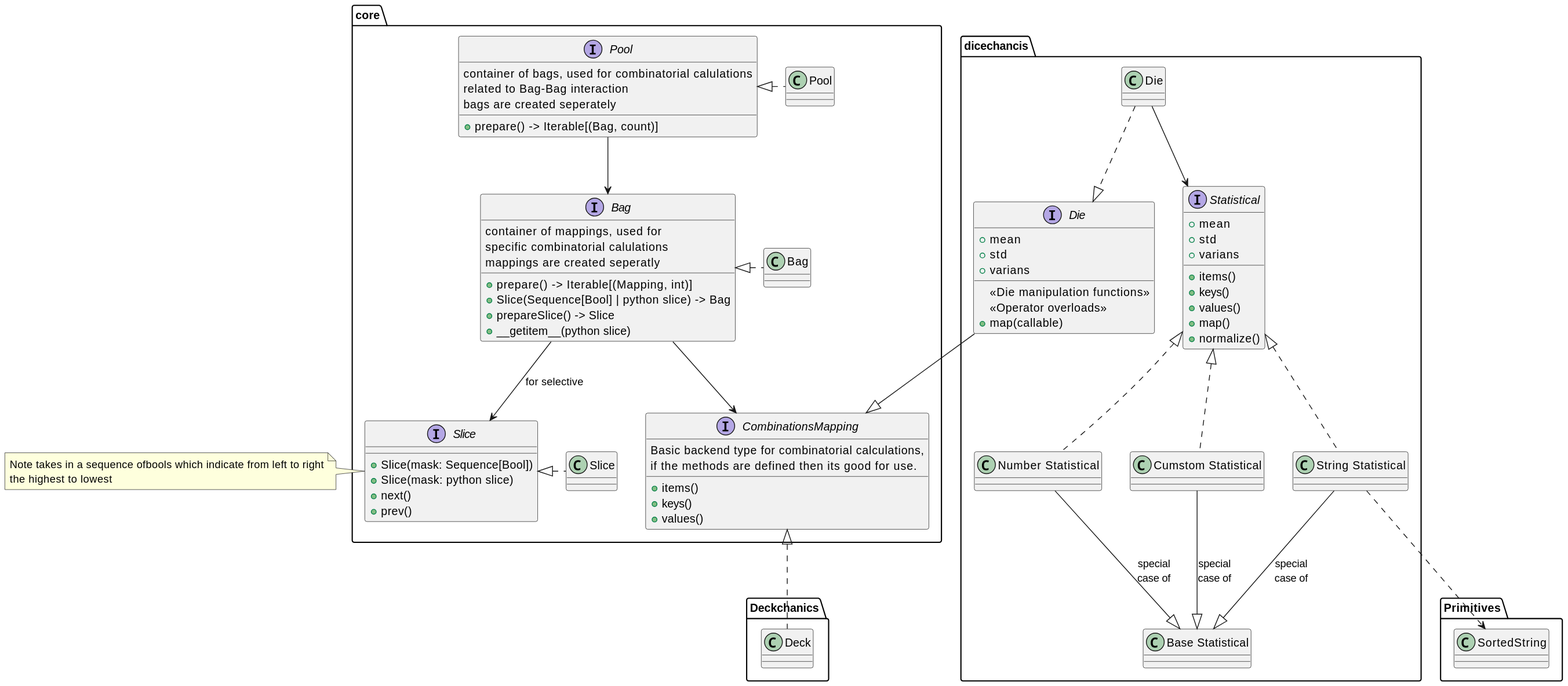
This is docs/diagrams/System.svg from daplhall/dicechanics, a PlantUML export, as it was before one commit.
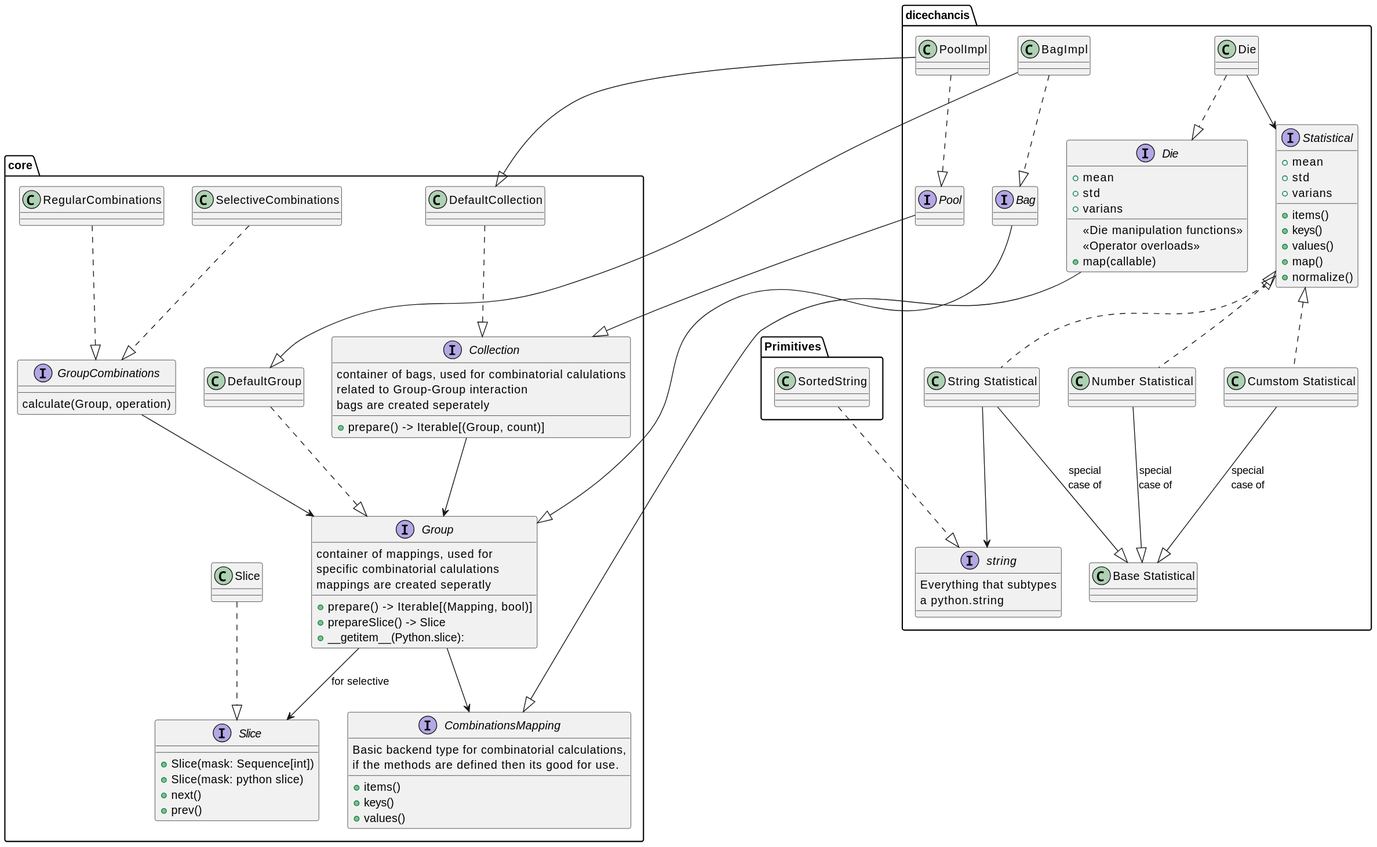
After the change.

What changed in the source:
```diff
@@ -1,23 +1,21 @@
 @startuml
 top to bottom direction
 package "core"{
-    class Pool{
+    class DefaultCollection{
     }
-    interface "Pool" as pool {
-        container of bags, used for combinatorial calulations\nrelated to Bag-Bag interaction
+    interface "Collection" as collection {
+        container of bags, used for combinatorial calulations\nrelated to Group-Group interaction
         bags are created seperately
-        + prepare() -> Iterable[(Bag, count)]
+        + prepare() -> Iterable[(Group, count)]
     }
-    class Bag{
+    class DefaultGroup{
     }
-    interface "Bag" as bag{
+    interface "Group" as group{
         container of mappings, used for\nspecific combinatorial calulations
         mappings are created seperatly
-        + prepare() -> Iterable[(Mapping, int)]
-        + Slice(Sequence[Bool] | python slice) -> Bag
+        + prepare() -> Iterable[(Mapping, bool)]
         + prepareSlice() -> Slice
-        + __getitem__(python slice)
-
+        + __getitem__(Python.slice):
     }
     interface "CombinationsMapping" as mapping{
         Basic backend type for combinatorial calculations,\nif the methods are defined then its good for use.
@@ -27,19 +25,21 @@
     }
     Class "Slice" as sliceClass
     interface "Slice" as slice{
-        +Slice(mask: Sequence[Bool])
+        +Slice(mask: Sequence[int])
         +Slice(mask: python slice)
         +next()
         +prev()
     }
+    interface GroupCombinations {
+        calculate(Group, operation)
+    }
+    class RegularCombinations{
+
+    }
+    class SelectiveCombinations{
+
+    }
 }
-
-note left of slice
-   Note takes in a sequence ofbools which indicate from left to right
-   the highest to lowest
-end note
-
-
 
 package "dicechancis" {
     class Die{
@@ -48,6 +48,8 @@
     class "String Statistical" as strstat
     class "Cumstom Statistical" as customstat
     class "Base Statistical" as basestat
+    class PoolImpl
+    class BagImpl
     interface Statistical{
         + items()
         + keys()
@@ -66,22 +68,25 @@
         + std
         + varians
     }
+    interface Pool
+    interface Bag
+    interface string{
+        Everything that subtypes\na python.string
+    }
 }
 package "Primitives"{
     class SortedString
 }
 
-package "Deckchanics"{
-    class Deck
-}
-
-Pool .left.|> pool
-pool --> bag
-Bag .left.|> bag
-bag --> mapping
-bag --> slice: for selective
-sliceClass .left.|> slice
-Deck .up.|> mapping
+DefaultCollection ..|> collection
+collection --> group
+DefaultGroup ..|> group
+group --> mapping
+group --> slice: for selective
+sliceClass ..|> slice
+GroupCombinations --> group
+RegularCombinations ..|> GroupCombinations
+SelectiveCombinations ..|> GroupCombinations
 Die ..|> die
 Die --> Statistical
 die --|> mapping
@@ -91,5 +96,12 @@
 numstat -down-|> basestat: special\ncase of
 strstat -down-|> basestat: special\ncase of
 customstat -down-|> basestat :special\ncase of
-strstat ..> SortedString
+strstat --> string
+SortedString ..|> string
+Pool --|> collection
+PoolImpl ..|> Pool
+PoolImpl --|> DefaultCollection
+Bag --|> group
+BagImpl ..|> Bag
+BagImpl --|> DefaultGroup
 @enduml
```
